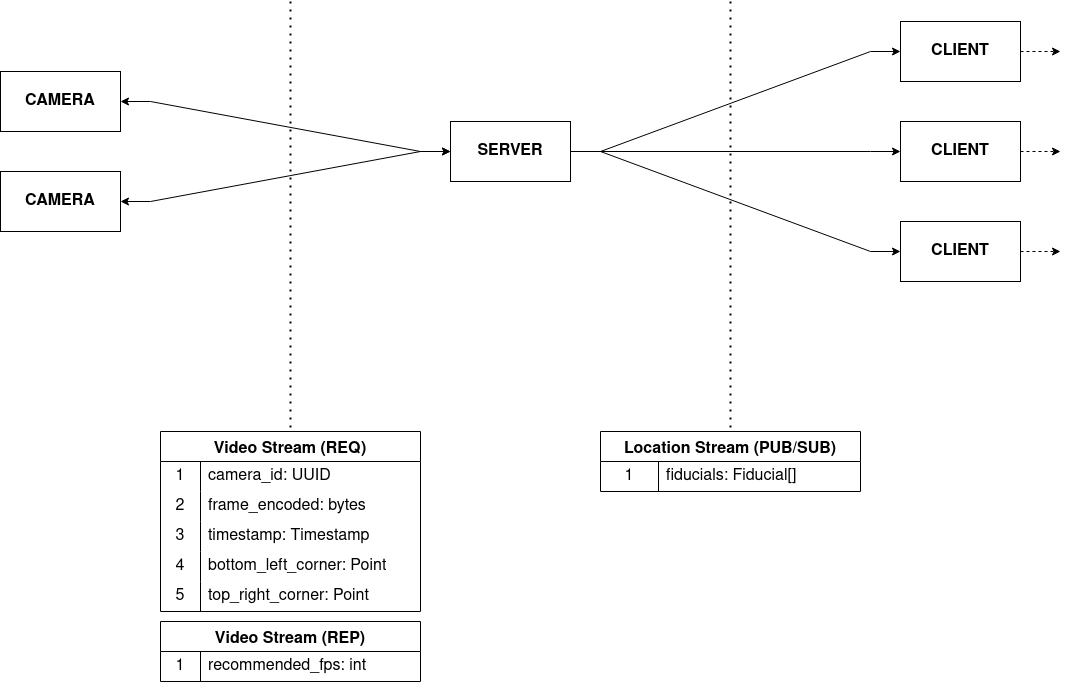
The draw.io diagram res/architecture.png in mahyarmirrashed/fiducial-tracker, before a commit. Source tidied: cells renumbered, new cells last; positions are measured from the earlier drawing's top-left corner, leaving out a move shared by most shapes.
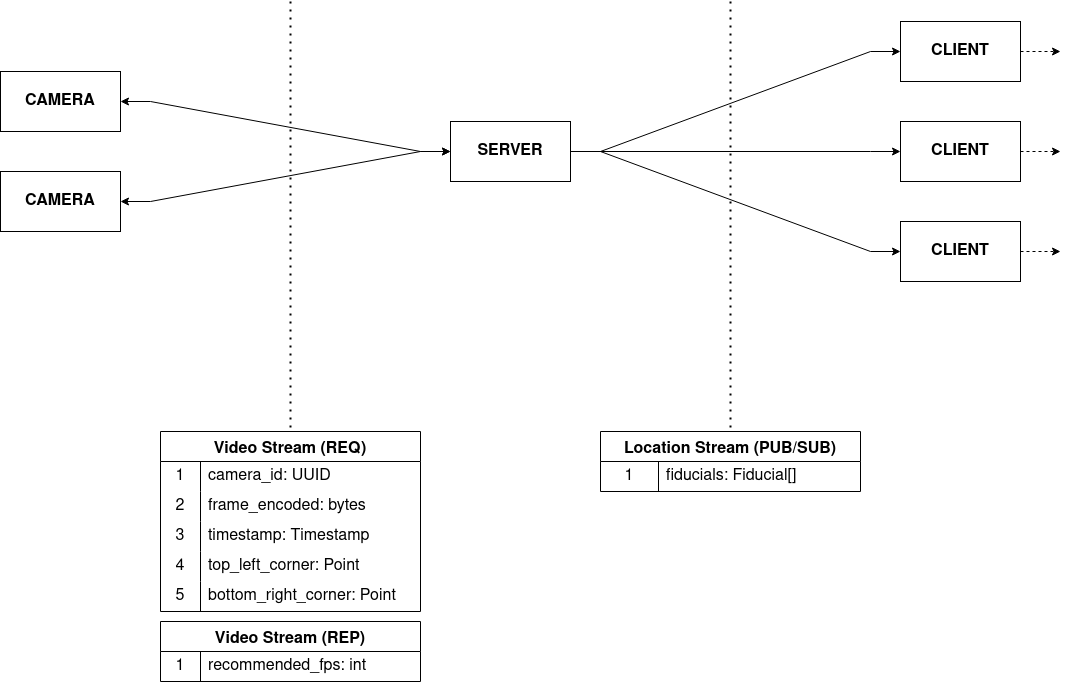
The same diagram one commit later.

Commit message:
chore: update request message field names

Diff of the diagram source:
```diff
@@ -86,7 +86,7 @@
     <mxCell id="27" value="4" style="shape=partialRectangle;html=1;whiteSpace=wrap;fillColor=none;top=0;left=0;bottom=0;right=0;overflow=hidden;strokeColor=inherit;fontSize=16;" parent="26" vertex="1">
       <mxGeometry width="40" height="30" as="geometry" />
     </mxCell>
-    <mxCell id="28" value="bottom_left_corner: Point" style="shape=partialRectangle;html=1;whiteSpace=wrap;fillColor=none;top=0;left=0;bottom=0;right=0;align=left;spacingLeft=6;overflow=hidden;strokeColor=inherit;fontSize=16;" parent="26" vertex="1">
+    <mxCell id="28" value="top_left_corner: Point" style="shape=partialRectangle;html=1;whiteSpace=wrap;fillColor=none;top=0;left=0;bottom=0;right=0;align=left;spacingLeft=6;overflow=hidden;strokeColor=inherit;fontSize=16;" parent="26" vertex="1">
       <mxGeometry x="40" width="220" height="30" as="geometry" />
     </mxCell>
     <mxCell id="29" style="shape=tableRow;horizontal=0;startSize=0;swimlaneHead=0;swimlaneBody=0;top=0;left=0;bottom=0;right=0;fillColor=none;strokeColor=inherit;fontSize=16;" parent="16" vertex="1">
@@ -95,7 +95,7 @@
     <mxCell id="30" value="5" style="shape=partialRectangle;html=1;whiteSpace=wrap;fillColor=none;top=0;left=0;bottom=0;right=0;overflow=hidden;strokeColor=inherit;fontSize=16;" parent="29" vertex="1">
       <mxGeometry width="40" height="30" as="geometry" />
     </mxCell>
-    <mxCell id="31" value="top_right_corner: Point" style="shape=partialRectangle;html=1;whiteSpace=wrap;fillColor=none;top=0;left=0;bottom=0;right=0;align=left;spacingLeft=6;overflow=hidden;strokeColor=inherit;fontSize=16;" parent="29" vertex="1">
+    <mxCell id="31" value="bottom_right_corner: Point" style="shape=partialRectangle;html=1;whiteSpace=wrap;fillColor=none;top=0;left=0;bottom=0;right=0;align=left;spacingLeft=6;overflow=hidden;strokeColor=inherit;fontSize=16;" parent="29" vertex="1">
       <mxGeometry x="40" width="220" height="30" as="geometry" />
     </mxCell>
     <mxCell id="32" style="shape=tableRow;horizontal=0;startSize=0;swimlaneHead=0;swimlaneBody=0;top=0;left=0;bottom=0;right=0;fillColor=none;strokeColor=inherit;fontSize=16;" parent="1" vertex="1">
```
